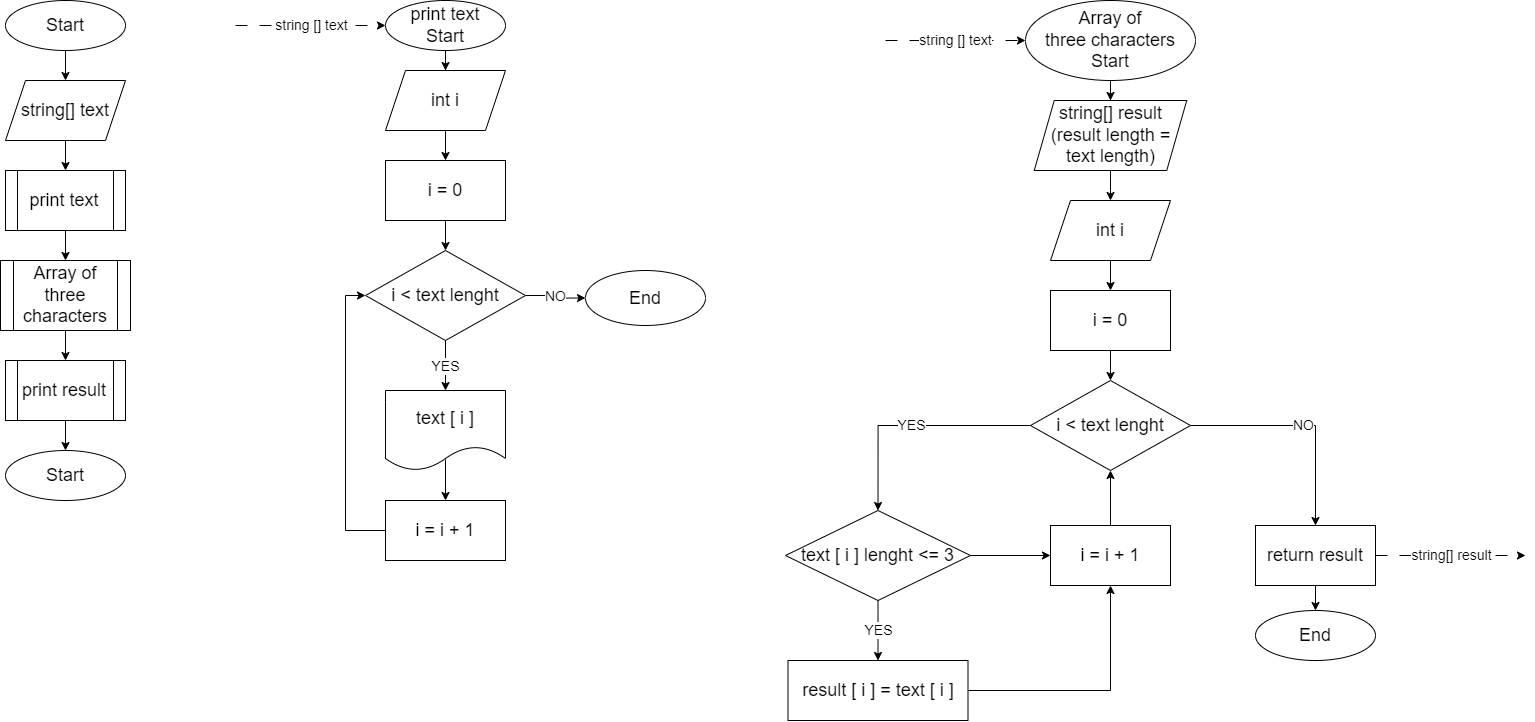
YuliaBLR/FinalControl-MainBlock keeps this draw.io diagram as блок-схема.drawio.png. Above is the earlier version. Source tidied: cells renumbered, new cells last; positions are measured from the earlier drawing's top-left corner, leaving out a move shared by most shapes.
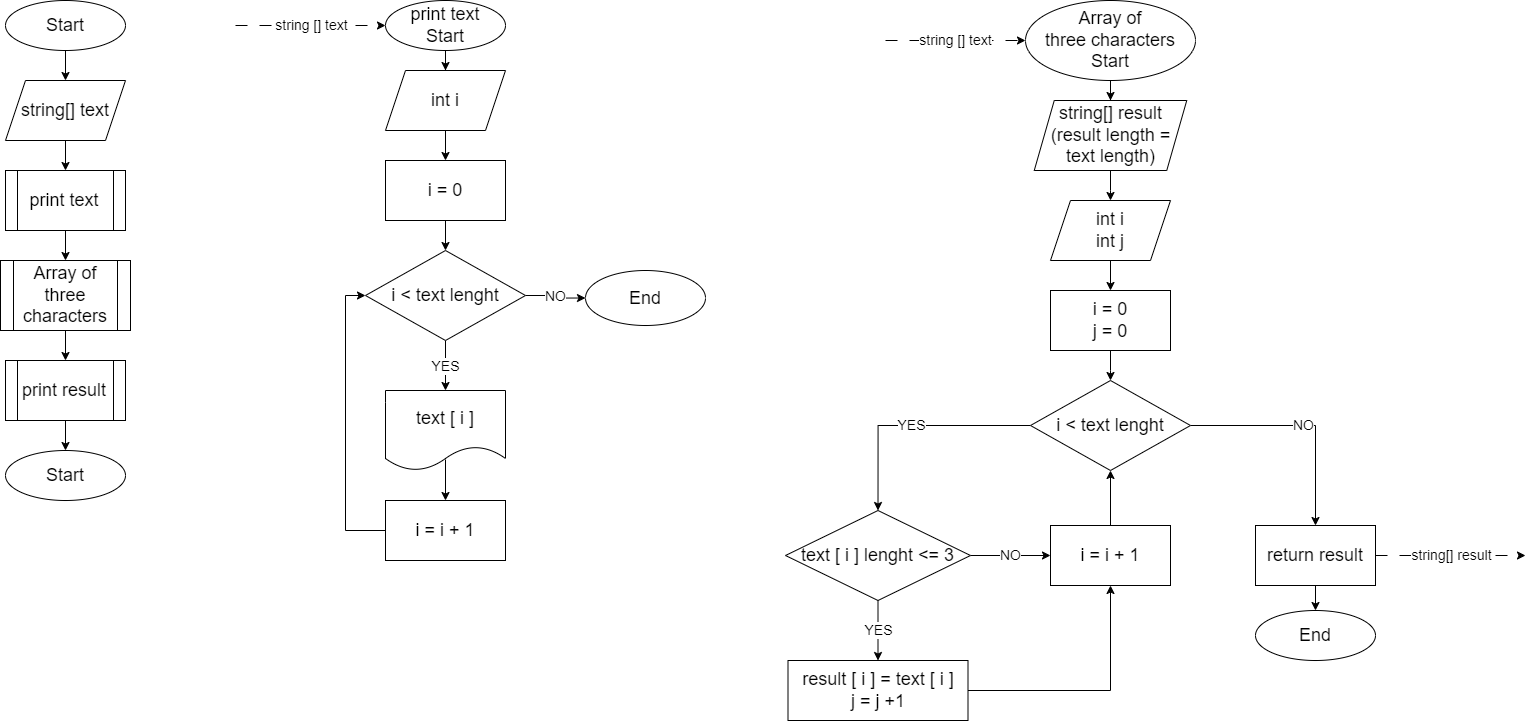
Later version of the same file.

Diff of the diagram source:
```diff
@@ -90,13 +90,13 @@
         <mxPoint x="1110" y="380" as="targetPoint" />
       </mxGeometry>
     </mxCell>
-    <mxCell id="29" value="&lt;font style=&quot;font-size: 18px;&quot;&gt;i = 0&lt;/font&gt;" style="rounded=0;whiteSpace=wrap;html=1;" parent="1" vertex="1">
+    <mxCell id="29" value="&lt;font style=&quot;font-size: 18px;&quot;&gt;i = 0&lt;br&gt;j = 0&lt;br&gt;&lt;/font&gt;" style="rounded=0;whiteSpace=wrap;html=1;" parent="1" vertex="1">
       <mxGeometry x="1050" y="290" width="120" height="60" as="geometry" />
     </mxCell>
     <mxCell id="30" style="edgeStyle=orthogonalEdgeStyle;rounded=0;jettySize=auto;html=1;entryX=0.5;entryY=0;entryDx=0;entryDy=0;" parent="1" edge="1" source="31" target="29">
       <mxGeometry relative="1" as="geometry" />
     </mxCell>
-    <mxCell id="31" value="&lt;font style=&quot;font-size: 18px;&quot;&gt;int i&lt;/font&gt;" style="shape=parallelogram;perimeter=parallelogramPerimeter;whiteSpace=wrap;html=1;fixedSize=1;" parent="1" vertex="1">
+    <mxCell id="31" value="&lt;font style=&quot;font-size: 18px;&quot;&gt;int i&lt;br&gt;int j&lt;br&gt;&lt;/font&gt;" style="shape=parallelogram;perimeter=parallelogramPerimeter;whiteSpace=wrap;html=1;fixedSize=1;" parent="1" vertex="1">
       <mxGeometry x="1050" y="200" width="120" height="60" as="geometry" />
     </mxCell>
     <mxCell id="32" value="&lt;font style=&quot;font-size: 14px;&quot;&gt;YES&lt;/font&gt;" style="edgeStyle=orthogonalEdgeStyle;rounded=0;jettySize=auto;html=1;entryX=0.5;entryY=0;entryDx=0;entryDy=0;" parent="1" edge="1" source="34" target="37">
@@ -111,7 +111,7 @@
     <mxCell id="35" value="&lt;font style=&quot;font-size: 14px;&quot;&gt;YES&lt;/font&gt;" style="edgeStyle=orthogonalEdgeStyle;rounded=0;jettySize=auto;html=1;entryX=0.5;entryY=0;entryDx=0;entryDy=0;" parent="1" edge="1" source="37" target="39">
       <mxGeometry relative="1" as="geometry" />
     </mxCell>
-    <mxCell id="36" style="edgeStyle=orthogonalEdgeStyle;rounded=0;jettySize=auto;html=1;entryX=0;entryY=0.5;entryDx=0;entryDy=0;" parent="1" edge="1" source="37" target="41">
+    <mxCell id="36" value="&lt;font style=&quot;font-size: 14px;&quot;&gt;NO&lt;/font&gt;" style="edgeStyle=orthogonalEdgeStyle;rounded=0;jettySize=auto;html=1;entryX=0;entryY=0.5;entryDx=0;entryDy=0;" parent="1" edge="1" source="37" target="41">
       <mxGeometry relative="1" as="geometry" />
     </mxCell>
     <mxCell id="37" value="&lt;font style=&quot;font-size: 18px;&quot;&gt;text [ i ] lenght &amp;lt;= 3&lt;/font&gt;" style="rhombus;whiteSpace=wrap;html=1;" parent="1" vertex="1">
@@ -120,7 +120,7 @@
     <mxCell id="38" style="edgeStyle=orthogonalEdgeStyle;rounded=0;jettySize=auto;html=1;entryX=0.5;entryY=1;entryDx=0;entryDy=0;" parent="1" edge="1" source="39" target="41">
       <mxGeometry relative="1" as="geometry" />
     </mxCell>
-    <mxCell id="39" value="&lt;font style=&quot;font-size: 18px;&quot;&gt;result [ i ] = text [ i ]&lt;/font&gt;" style="rounded=0;whiteSpace=wrap;html=1;" parent="1" vertex="1">
+    <mxCell id="39" value="&lt;font style=&quot;font-size: 18px;&quot;&gt;result [ i ] = text [ i ]&lt;br&gt;j = j +1&lt;br&gt;&lt;/font&gt;" style="rounded=0;whiteSpace=wrap;html=1;" parent="1" vertex="1">
       <mxGeometry x="787.5" y="660" width="180" height="60" as="geometry" />
     </mxCell>
     <mxCell id="40" style="edgeStyle=orthogonalEdgeStyle;rounded=0;jettySize=auto;html=1;entryX=0.5;entryY=1;entryDx=0;entryDy=0;" parent="1" edge="1" source="41" target="34">
```
